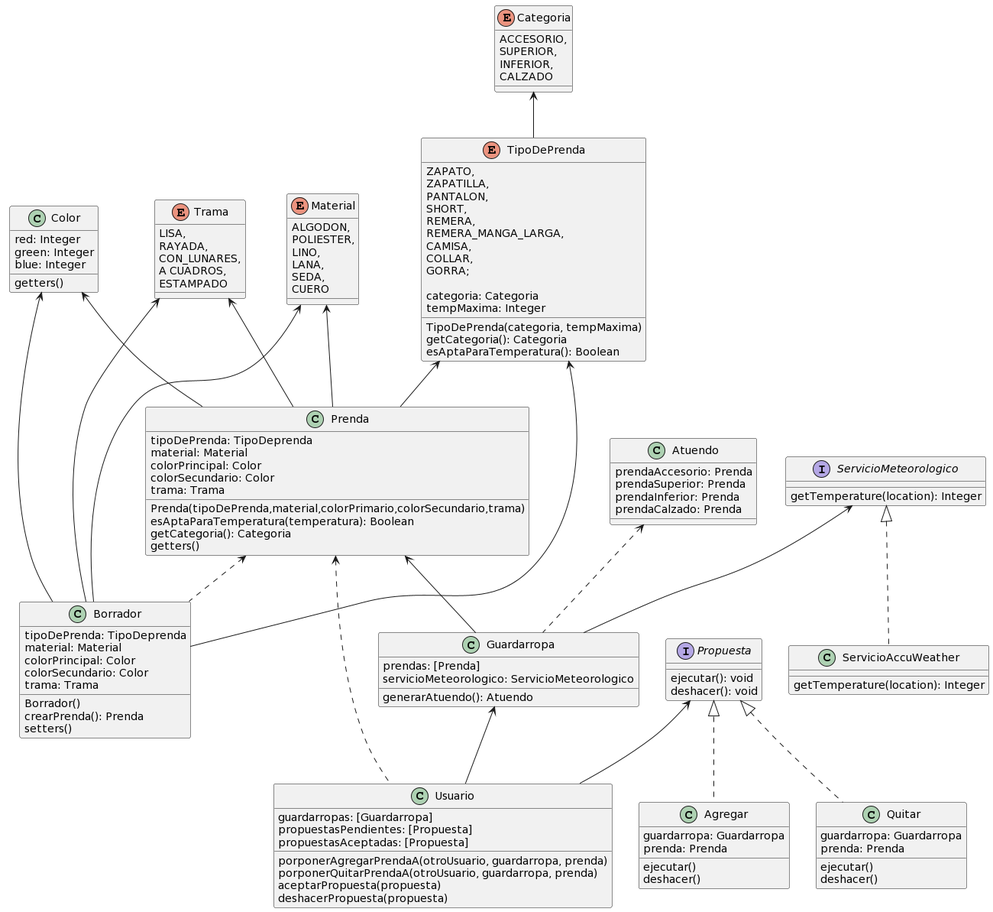
This is 05-QueMePongo5/EjercicioQueMePongo5.png from mfiandrino/DDS-K3053-ViernesNoche, a PlantUML export, as it was before one commit.
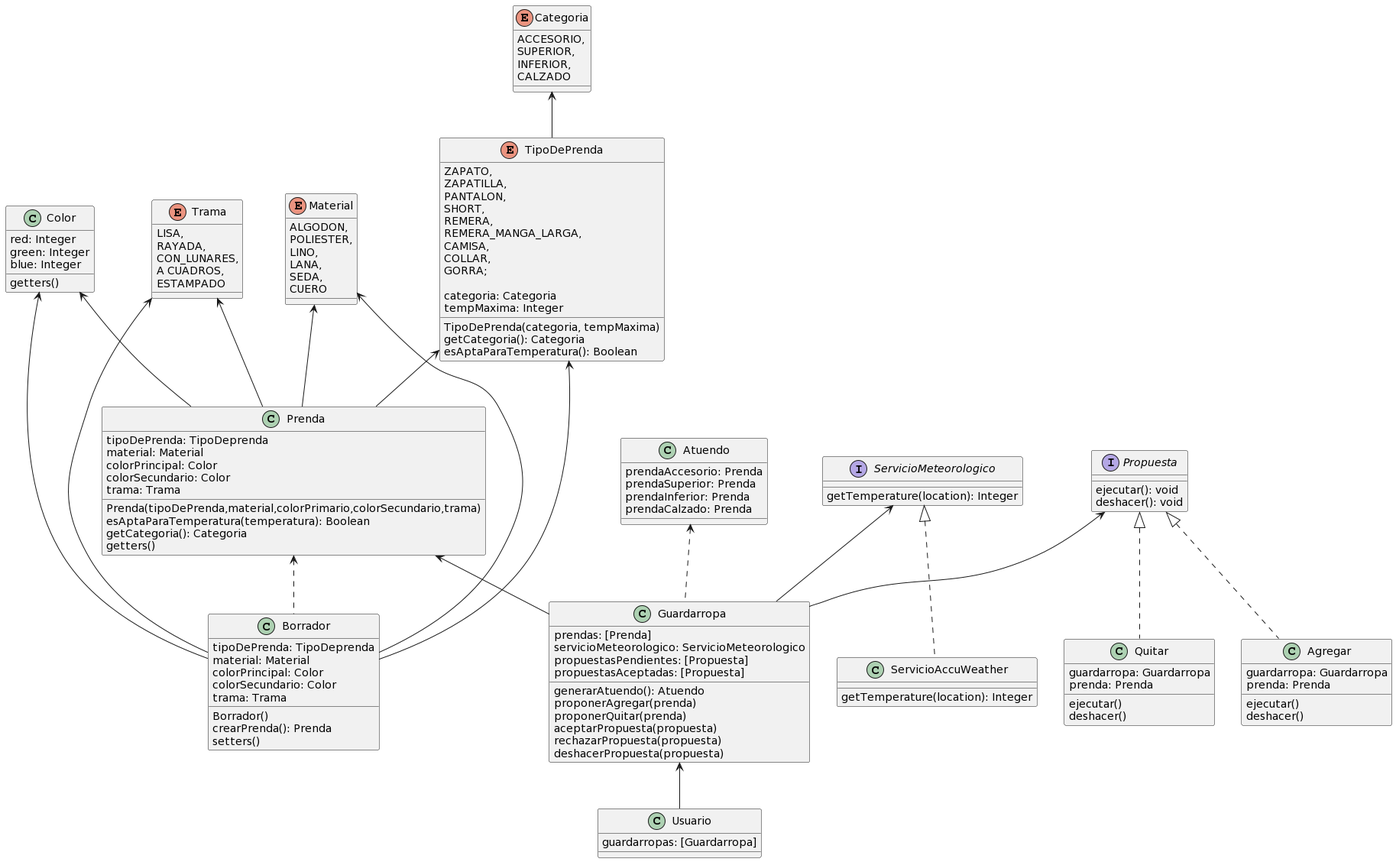
After the commit.

Commit message:
QMP5: actualizacion del diagrama de clases

Change to the diagram source:
```diff
@@ -84,8 +84,15 @@
 class Guardarropa{
 prendas: [Prenda]
 servicioMeteorologico: ServicioMeteorologico
+propuestasPendientes: [Propuesta]
+propuestasAceptadas: [Propuesta]
 
 generarAtuendo(): Atuendo
+proponerAgregar(prenda)
+proponerQuitar(prenda)
+aceptarPropuesta(propuesta)
+rechazarPropuesta(propuesta)
+deshacerPropuesta(propuesta)
 }
 
 interface ServicioMeteorologico{
@@ -98,13 +105,6 @@
 
 class Usuario{
 guardarropas: [Guardarropa]
-propuestasPendientes: [Propuesta]
-propuestasAceptadas: [Propuesta]
-
-porponerAgregarPrendaA(otroUsuario, guardarropa, prenda)
-porponerQuitarPrendaA(otroUsuario, guardarropa, prenda)
-aceptarPropuesta(propuesta)
-deshacerPropuesta(propuesta)
 }
 
 interface Propuesta{
@@ -149,6 +149,5 @@
 Propuesta <|.. Quitar
 
 Guardarropa <-- Usuario
-Propuesta <-- Usuario
-Prenda <.. Usuario
+Propuesta <-- Guardarropa
 @enduml
```
